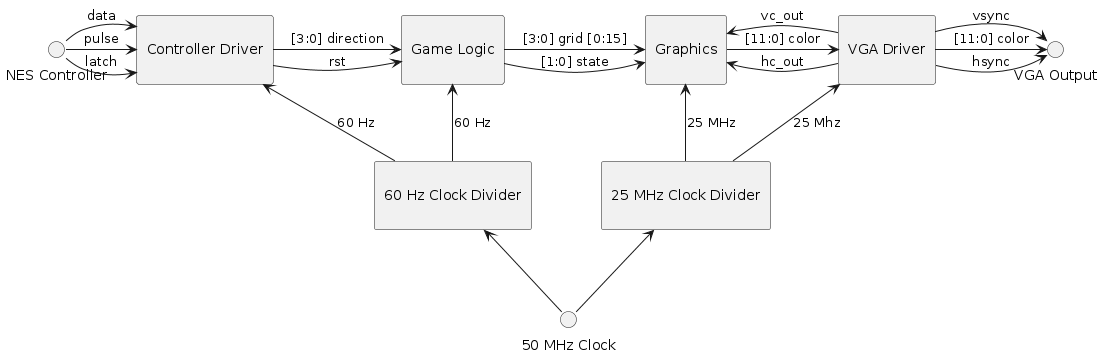
This is capstone/block-diagram.png from yadayadajaychan/dav, a PlantUML export, as it was before one commit. Its diagram source:
```plantuml
@startuml
skinparam componentStyle rectangle

() "NES Controller" as controller
[\nController Driver\n] as driver

controller -> driver : latch
controller -> driver : pulse
controller -> driver : data

[\nGame Logic\n] as game

driver -> game : [3:0] direction
driver -> game : rst

[\nGraphics\n] as graphics

game -> graphics : [3:0] grid [0:15]
game -> graphics : [1:0] state

[\nVGA Driver\n] as vga

graphics -> vga : [11:0] color
graphics <- vga : hc_out
graphics <- vga : vc_out

() "VGA Output" as vga_out
vga -> vga_out : hsync
vga -> vga_out : vsync
vga -> vga_out : [11:0] color

() "50 MHz Clock" as clk
[\n60 Hz Clock Divider\n] as clk60
[\n25 MHz Clock Divider\n] as clk25M

clk -up-> clk60
clk -up-> clk25M

clk60 -up-> game : 60 Hz
clk60 -up-> driver : 60 Hz
clk25M -up-> graphics : 25 MHz
clk25M -up-> vga : 25 Mhz

@enduml
```
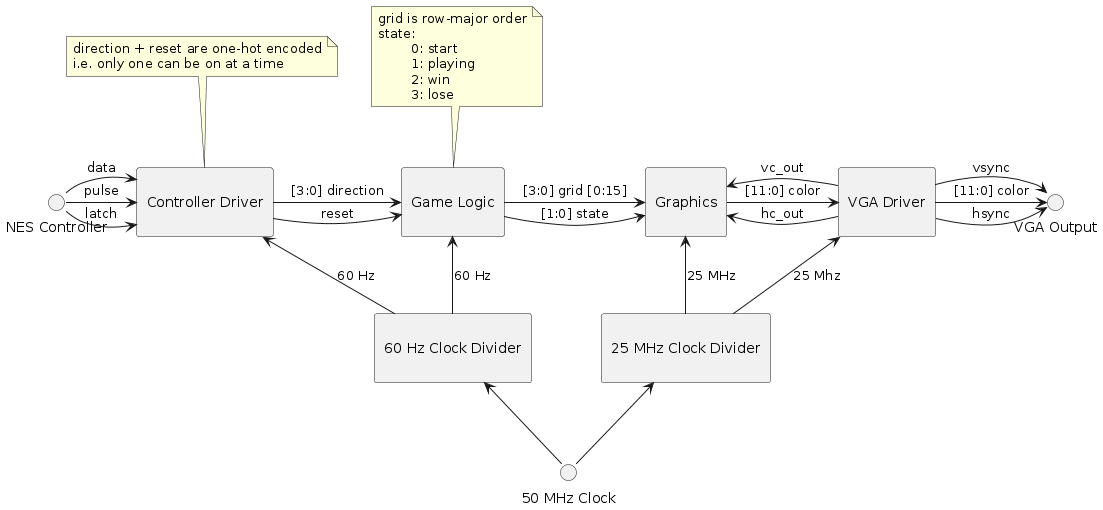
The same diagram one commit later.

Commit message:
update block diagram

Diff of the diagram source:
```diff
@@ -3,6 +3,11 @@
 
 () "NES Controller" as controller
 [\nController Driver\n] as driver
+
+note top of driver
+	direction + reset are one-hot encoded
+	i.e. only one can be on at a time
+end note
 
 controller -> driver : latch
 controller -> driver : pulse
@@ -10,8 +15,17 @@
 
 [\nGame Logic\n] as game
 
+note top of game
+	grid is row-major order
+	state:
+	\t0: start
+	\t1: playing
+	\t2: win
+	\t3: lose
+end note
+
 driver -> game : [3:0] direction
-driver -> game : rst
+driver -> game : reset
 
 [\nGraphics\n] as graphics
 
```
